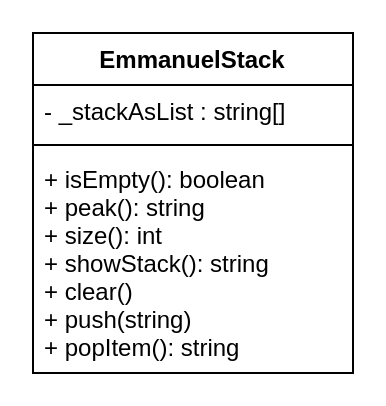
Emmanuel-Fofeyin/ICS4U-Unit2-04-Typescript keeps this draw.io diagram as design/EmmanuelStack.drawio. Above is the earlier version. Source tidied: cells renumbered, new cells numbered last; positions are measured from the earlier drawing's top-left corner, leaving out a move shared by most shapes. Both pictures are drawn from the tidied source at 200%, with x=0, y=0 at pixel (32, 32).
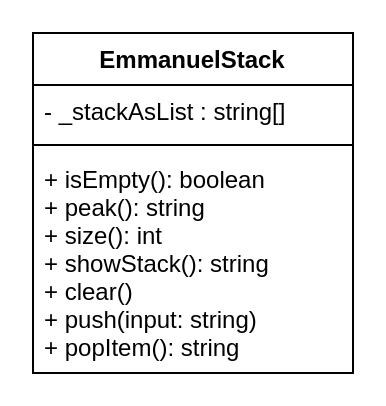
The same page after the edit.

Change to the diagram source:
```diff
@@
 <mxGraphModel>
   <root>
     <mxCell id="0" />
     <mxCell id="1" parent="0" />
     <mxCell id="2" value="EmmanuelStack" style="swimlane;fontStyle=1;align=center;verticalAlign=top;horizontal=1;startSize=26;" parent="1" vertex="1">
       <mxGeometry width="160" height="170" as="geometry" />
     </mxCell>
     <mxCell id="3" value="- _stackAsList : string[]" style="text;strokeColor=none;fillColor=none;align=left;verticalAlign=top;spacingLeft=4;spacingRight=4;overflow=hidden;" parent="2" vertex="1">
       <mxGeometry y="26" width="160" height="26" as="geometry" />
     </mxCell>
     <mxCell id="4" style="line;strokeWidth=1;fillColor=none;align=left;verticalAlign=middle;spacingTop=-1;spacingLeft=3;spacingRight=3;labelPosition=right;strokeColor=inherit;" parent="2" vertex="1">
       <mxGeometry y="52" width="160" height="8" as="geometry" />
     </mxCell>
-    <mxCell id="5" value="+ isEmpty(): boolean&#10;+ peak(): string&#10;+ size(): int&#10;+ showStack(): string&#10;+ clear()&#10;+ push(string)&#10;+ popItem(): string" style="text;strokeColor=none;fillColor=none;align=left;verticalAlign=top;spacingLeft=4;spacingRight=4;overflow=hidden;" parent="2" vertex="1">
+    <mxCell id="5" value="+ isEmpty(): boolean&#10;+ peak(): string&#10;+ size(): int&#10;+ showStack(): string&#10;+ clear()&#10;+ push(input: string)&#10;+ popItem(): string" style="text;strokeColor=none;fillColor=none;align=left;verticalAlign=top;spacingLeft=4;spacingRight=4;overflow=hidden;" parent="2" vertex="1">
       <mxGeometry y="60" width="160" height="110" as="geometry" />
     </mxCell>
   </root>
 </mxGraphModel>
```
